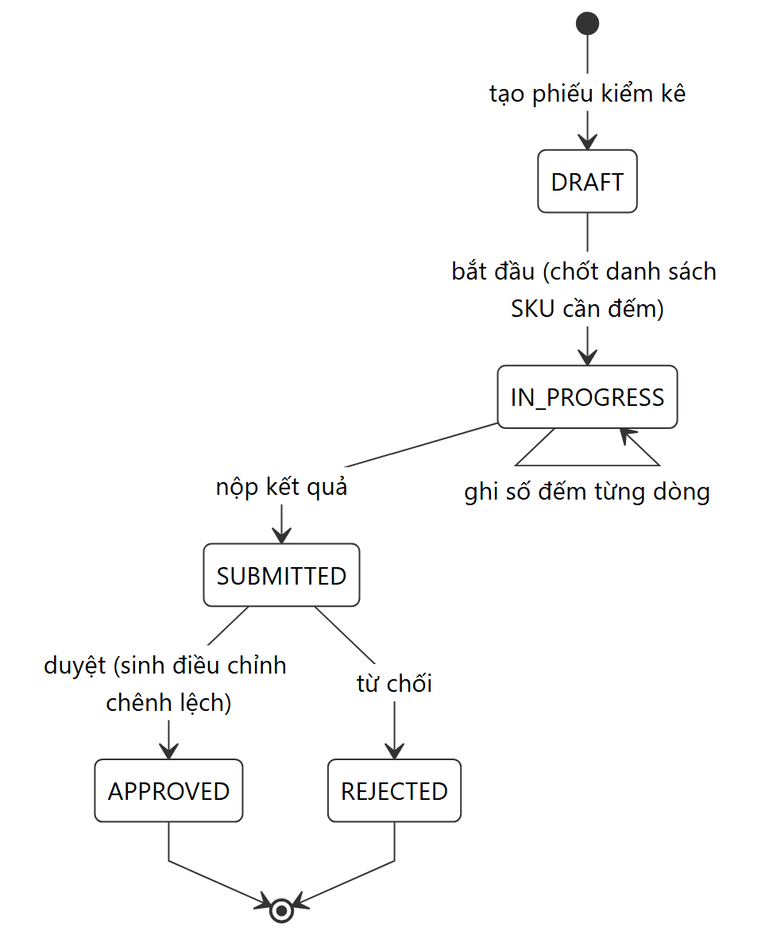
Above: docs/diagrams/05_2-4-1_4-quy-trinh-kiem-ke-stock-count_state.png in nguyenthihongnhu-dotcom/luanvan2026 (Mermaid), before the change. Its source is kept beside it as docs/diagrams/05_2-4-1_4-quy-trinh-kiem-ke-stock-count_state.mmd. The source it was exported from:
```mermaid
stateDiagram-v2
    [*] --> DRAFT: tạo phiếu kiểm kê
    DRAFT --> IN_PROGRESS: bắt đầu (chốt danh sách SKU cần đếm)
    IN_PROGRESS --> IN_PROGRESS: ghi số đếm từng dòng
    IN_PROGRESS --> SUBMITTED: nộp kết quả
    SUBMITTED --> APPROVED: duyệt (sinh điều chỉnh chênh lệch)
    SUBMITTED --> REJECTED: từ chối
    APPROVED --> [*]
    REJECTED --> [*]
```
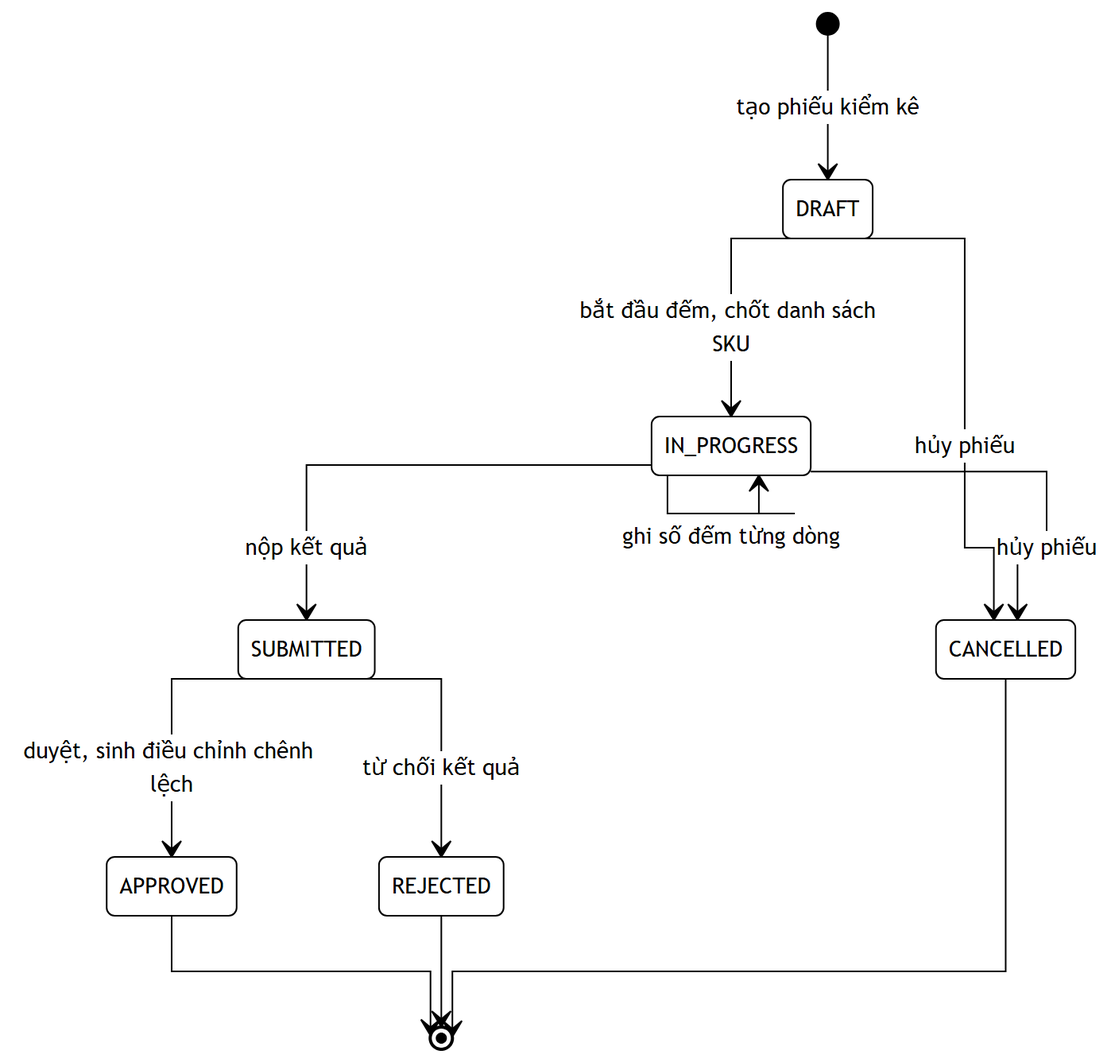
The same diagram one commit later.

The edit, as a diff of the source:
```diff
@@ -1,9 +1,37 @@
+%%{init: {
+  'theme': 'base',
+  'themeVariables': {
+    'primaryColor': '#ffffff',
+    'primaryBorderColor': '#000000',
+    'primaryTextColor': '#000000',
+    'secondaryColor': '#ffffff',
+    'secondaryBorderColor': '#000000',
+    'secondaryTextColor': '#000000',
+    'tertiaryColor': '#ffffff',
+    'tertiaryBorderColor': '#000000',
+    'tertiaryTextColor': '#000000',
+    'lineColor': '#000000',
+    'textColor': '#000000',
+    'mainBkg': '#ffffff',
+    'nodeBorder': '#000000',
+    'clusterBkg': '#ffffff',
+    'clusterBorder': '#000000',
+    'edgeLabelBackground': '#ffffff',
+    'fontSize': '14px',
+    'labelBackgroundColor': '#ffffff'
+  },
+  'flowchart': { 'curve': 'stepAfter', 'nodeSpacing': 60, 'rankSpacing': 70, 'padding': 12 },
+  'state': { 'padding': 12, 'useMaxWidth': false }
+}}%%
 stateDiagram-v2
     [*] --> DRAFT: tạo phiếu kiểm kê
-    DRAFT --> IN_PROGRESS: bắt đầu (chốt danh sách SKU cần đếm)
+    DRAFT --> IN_PROGRESS: bắt đầu đếm, chốt danh sách SKU
+    DRAFT --> CANCELLED: hủy phiếu
     IN_PROGRESS --> IN_PROGRESS: ghi số đếm từng dòng
     IN_PROGRESS --> SUBMITTED: nộp kết quả
-    SUBMITTED --> APPROVED: duyệt (sinh điều chỉnh chênh lệch)
-    SUBMITTED --> REJECTED: từ chối
+    IN_PROGRESS --> CANCELLED: hủy phiếu
+    SUBMITTED --> APPROVED: duyệt, sinh điều chỉnh chênh lệch
+    SUBMITTED --> REJECTED: từ chối kết quả
     APPROVED --> [*]
     REJECTED --> [*]
+    CANCELLED --> [*]
```
